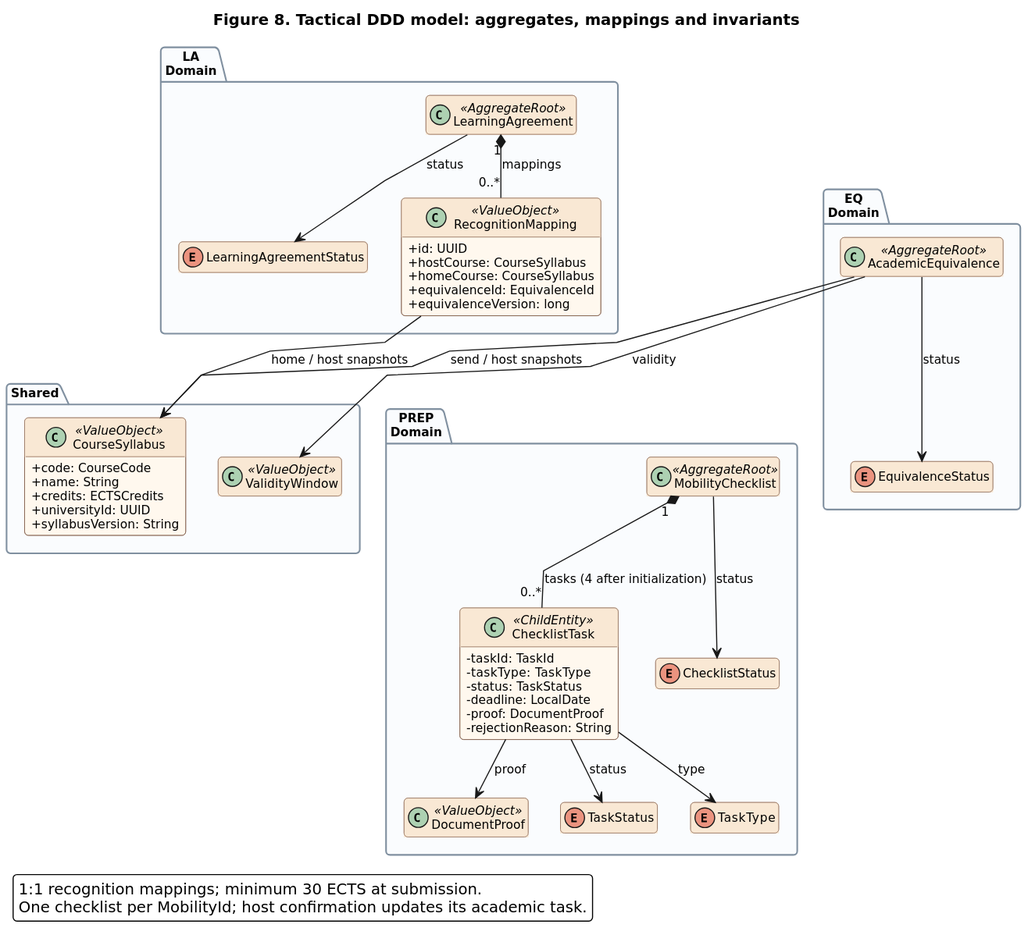
Before: models/diagrams-png/Figura8-Tactical-DDD-Domain-Model.svg, a diagram exported from PlantUML (prigo929/erasmus-mobility-platform).
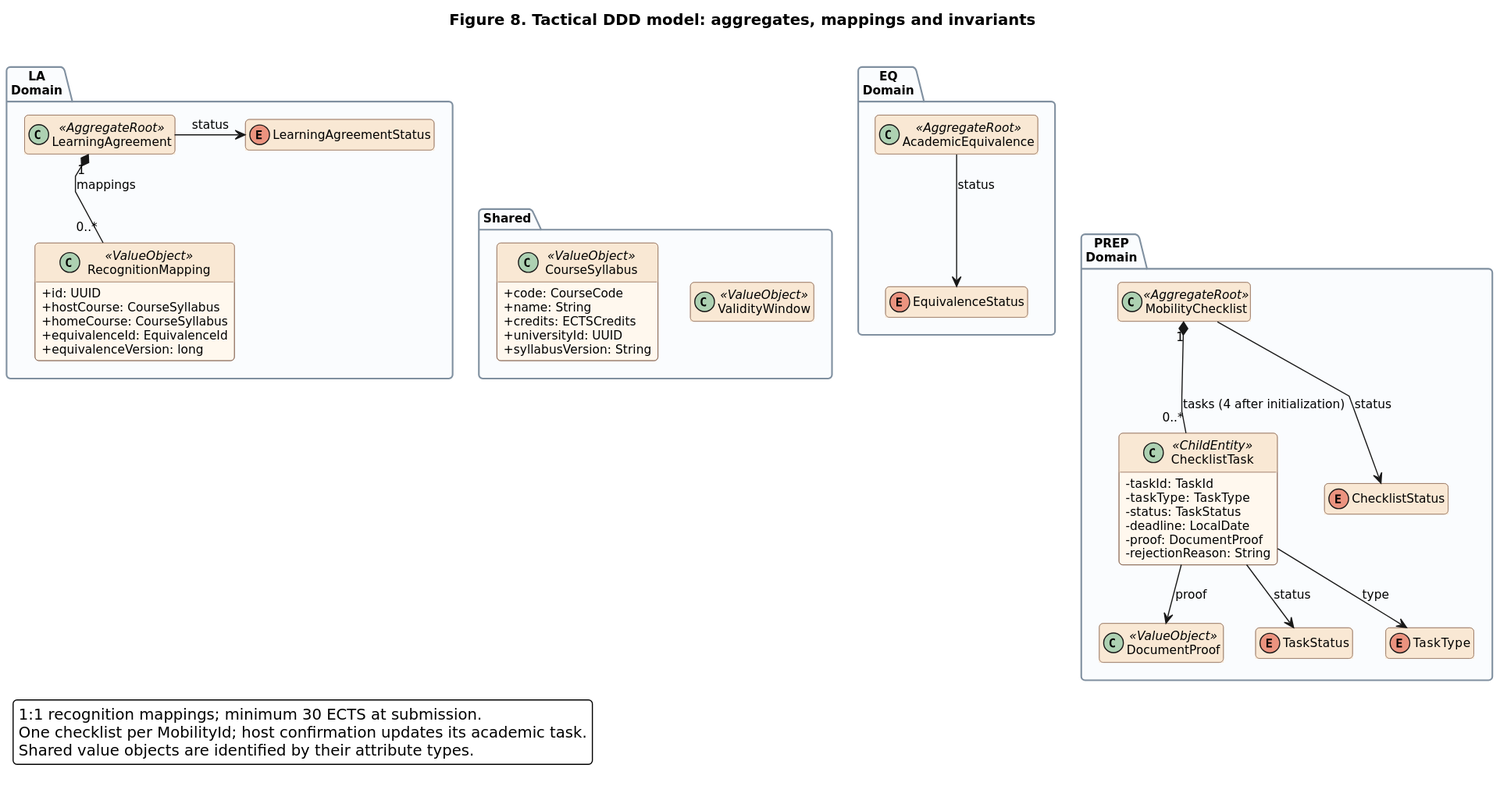
Above is the later version.

Change to the diagram source:
```diff
@@ -1,5 +1,6 @@
 @startuml
 title Figure 8. Tactical DDD model: aggregates, mappings and invariants
+!define EMP_FIG8_COMPACT
 !include common/style.puml
 !include common/agreement-domain.puml
 !include common/equivalence-domain.puml
@@ -30,7 +31,11 @@
 legend bottom left
   1:1 recognition mappings; minimum 30 ECTS at submission.
   One checklist per MobilityId; host confirmation updates its academic task.
+  Shared value objects are identified by their attribute types.
 endlegend
 LearningAgreement -[hidden]right-> AcademicEquivalence
+LearningAgreement -[hidden]down-> CourseSyllabus
+LearningAgreement -[hidden]down-> RecognitionMapping
+LearningAgreement -[hidden]right-> LearningAgreementStatus
 AcademicEquivalence -[hidden]down-> MobilityChecklist
 @enduml
```
